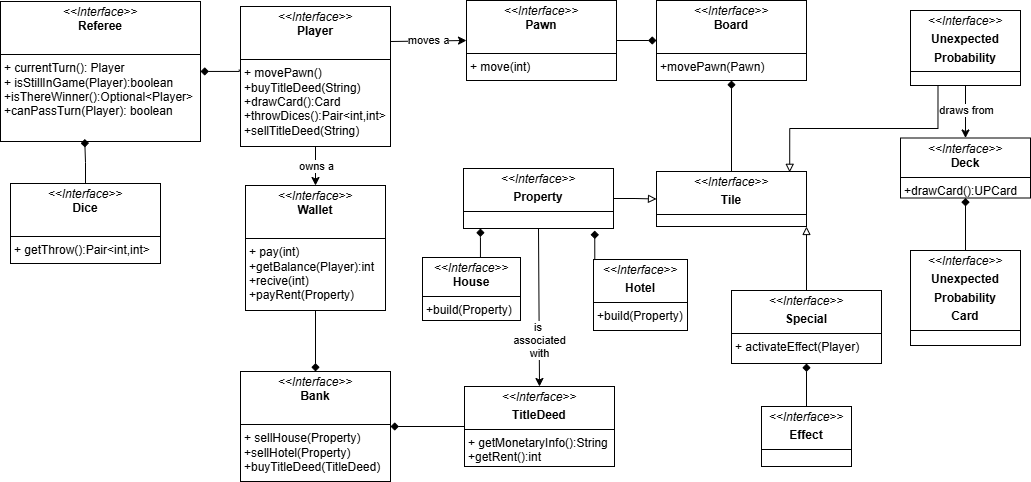
Above: report/img/entity_diagram.png in unibo-oop-projects/OOP24-AlessioMinnitiAlessioMinnitistudi-MartinaRavaioli-AlessioMinniti-DavideRossi-LucasPrati-mpoly (draw.io), before the change. Source tidied: cells renumbered, new cells last; positions are measured from the earlier drawing's top-left corner, leaving out a move shared by most shapes. Source of this version:
```xml
<mxGraphModel>
  <root>
    <mxCell id="0" />
    <mxCell id="1" parent="0" />
    <mxCell id="2" value="&lt;p style=&quot;margin:0px;margin-top:4px;text-align:center;&quot;&gt;&lt;i&gt;&amp;lt;&amp;lt;Interface&amp;gt;&amp;gt;&lt;/i&gt;&lt;br&gt;&lt;b&gt;Referee&lt;/b&gt;&lt;/p&gt;&lt;p style=&quot;margin:0px;margin-left:4px;&quot;&gt;&lt;br&gt;&lt;/p&gt;&lt;hr size=&quot;1&quot; style=&quot;border-style:solid;&quot;&gt;&lt;p style=&quot;margin:0px;margin-left:4px;&quot;&gt;+ currentTurn(): Player&lt;br&gt;+ isStillInGame(Player):boolean&lt;/p&gt;&lt;p style=&quot;margin:0px;margin-left:4px;&quot;&gt;+isThereWinner():Optional&amp;lt;Player&amp;gt;&lt;/p&gt;&lt;p style=&quot;margin:0px;margin-left:4px;&quot;&gt;+canPassTurn(Player): boolean&lt;/p&gt;" style="verticalAlign=top;align=left;overflow=fill;html=1;whiteSpace=wrap;" parent="1" vertex="1">
      <mxGeometry y="1" width="200" height="140" as="geometry" />
    </mxCell>
    <mxCell id="3" value="&lt;p style=&quot;margin:0px;margin-top:4px;text-align:center;&quot;&gt;&lt;i&gt;&amp;lt;&amp;lt;Interface&amp;gt;&amp;gt;&lt;/i&gt;&lt;br&gt;&lt;b&gt;Player&lt;/b&gt;&lt;/p&gt;&lt;p style=&quot;margin:0px;margin-left:4px;&quot;&gt;&lt;br&gt;&lt;/p&gt;&lt;hr size=&quot;1&quot; style=&quot;border-style:solid;&quot;&gt;&lt;p style=&quot;margin:0px;margin-left:4px;&quot;&gt;+ movePawn()&lt;/p&gt;&lt;p style=&quot;margin:0px;margin-left:4px;&quot;&gt;+buyTitleDeed(String)&lt;/p&gt;&lt;p style=&quot;margin:0px;margin-left:4px;&quot;&gt;+drawCard():Card&lt;/p&gt;&lt;p style=&quot;margin:0px;margin-left:4px;&quot;&gt;+throwDices():Pair&amp;lt;int,int&amp;gt;&lt;/p&gt;&lt;p style=&quot;margin:0px;margin-left:4px;&quot;&gt;+sellTitleDeed(String)&lt;/p&gt;" style="verticalAlign=top;align=left;overflow=fill;html=1;whiteSpace=wrap;" parent="1" vertex="1">
      <mxGeometry x="240" y="6" width="150" height="140" as="geometry" />
    </mxCell>
    <mxCell id="4" value="&lt;p style=&quot;margin:0px;margin-top:4px;text-align:center;&quot;&gt;&lt;i&gt;&amp;lt;&amp;lt;Interface&amp;gt;&amp;gt;&lt;/i&gt;&lt;br&gt;&lt;b&gt;Dice&lt;/b&gt;&lt;/p&gt;&lt;p style=&quot;margin:0px;margin-left:4px;&quot;&gt;&lt;br&gt;&lt;/p&gt;&lt;hr size=&quot;1&quot; style=&quot;border-style:solid;&quot;&gt;&lt;p style=&quot;margin:0px;margin-left:4px;&quot;&gt;+ getThrow():Pair&amp;lt;int,int&amp;gt;&lt;/p&gt;" style="verticalAlign=top;align=left;overflow=fill;html=1;whiteSpace=wrap;" parent="1" vertex="1">
      <mxGeometry x="10" y="183" width="150" height="80" as="geometry" />
    </mxCell>
    <mxCell id="5" style="edgeStyle=orthogonalEdgeStyle;rounded=0;jettySize=auto;html=1;exitX=0.5;exitY=0;exitDx=0;exitDy=0;entryX=0.421;entryY=0.982;entryDx=0;entryDy=0;entryPerimeter=0;endArrow=diamond;endFill=1;" parent="1" edge="1" source="4" target="2">
      <mxGeometry relative="1" as="geometry" />
    </mxCell>
    <mxCell id="6" style="edgeStyle=orthogonalEdgeStyle;rounded=0;jettySize=auto;html=1;exitX=-0.008;exitY=0.451;exitDx=0;exitDy=0;endArrow=diamond;endFill=1;exitPerimeter=0;" parent="1" edge="1" source="3" target="2">
      <mxGeometry relative="1" as="geometry">
        <Array as="points">
          <mxPoint x="239" y="71" />
        </Array>
      </mxGeometry>
    </mxCell>
    <mxCell id="7" style="edgeStyle=orthogonalEdgeStyle;rounded=0;jettySize=auto;html=1;endArrow=diamond;endFill=1;" parent="1" edge="1" source="8" target="9">
      <mxGeometry relative="1" as="geometry" />
    </mxCell>
    <mxCell id="8" value="&lt;p style=&quot;margin:0px;margin-top:4px;text-align:center;&quot;&gt;&lt;i&gt;&amp;lt;&amp;lt;Interface&amp;gt;&amp;gt;&lt;/i&gt;&lt;br&gt;&lt;b&gt;Pawn&lt;/b&gt;&lt;/p&gt;&lt;p style=&quot;margin:0px;margin-left:4px;&quot;&gt;&lt;br&gt;&lt;/p&gt;&lt;hr size=&quot;1&quot; style=&quot;border-style:solid;&quot;&gt;&lt;p style=&quot;margin:0px;margin-left:4px;&quot;&gt;+ move(int)&lt;/p&gt;" style="verticalAlign=top;align=left;overflow=fill;html=1;whiteSpace=wrap;" parent="1" vertex="1">
      <mxGeometry x="466" width="150" height="80" as="geometry" />
    </mxCell>
    <mxCell id="9" value="&lt;p style=&quot;margin:0px;margin-top:4px;text-align:center;&quot;&gt;&lt;i&gt;&amp;lt;&amp;lt;Interface&amp;gt;&amp;gt;&lt;/i&gt;&lt;br&gt;&lt;b&gt;Board&lt;/b&gt;&lt;/p&gt;&lt;p style=&quot;margin:0px;margin-left:4px;&quot;&gt;&lt;br&gt;&lt;/p&gt;&lt;hr size=&quot;1&quot; style=&quot;border-style:solid;&quot;&gt;&lt;p style=&quot;margin:0px;margin-left:4px;&quot;&gt;+movePawn(Pawn)&lt;/p&gt;" style="verticalAlign=top;align=left;overflow=fill;html=1;whiteSpace=wrap;" parent="1" vertex="1">
      <mxGeometry x="656" width="150" height="80" as="geometry" />
    </mxCell>
    <mxCell id="10" style="edgeStyle=orthogonalEdgeStyle;rounded=0;jettySize=auto;html=1;endArrow=diamond;endFill=1;" parent="1" edge="1" source="11" target="12">
      <mxGeometry relative="1" as="geometry" />
    </mxCell>
    <mxCell id="11" value="&lt;p style=&quot;margin:0px;margin-top:4px;text-align:center;&quot;&gt;&lt;i&gt;&amp;lt;&amp;lt;Interface&amp;gt;&amp;gt;&lt;/i&gt;&lt;br&gt;&lt;b&gt;Wallet&lt;/b&gt;&lt;/p&gt;&lt;p style=&quot;margin:0px;margin-left:4px;&quot;&gt;&lt;br&gt;&lt;/p&gt;&lt;hr size=&quot;1&quot; style=&quot;border-style:solid;&quot;&gt;&lt;p style=&quot;margin:0px;margin-left:4px;&quot;&gt;+ pay(int)&lt;/p&gt;&lt;p style=&quot;margin:0px;margin-left:4px;&quot;&gt;+getBalance(Player):int&lt;/p&gt;&lt;p style=&quot;margin:0px;margin-left:4px;&quot;&gt;+recive(int)&lt;/p&gt;&lt;p style=&quot;margin:0px;margin-left:4px;&quot;&gt;+payRent(Property)&lt;/p&gt;" style="verticalAlign=top;align=left;overflow=fill;html=1;whiteSpace=wrap;" parent="1" vertex="1">
      <mxGeometry x="245" y="185" width="140" height="125" as="geometry" />
    </mxCell>
    <mxCell id="12" value="&lt;p style=&quot;margin:0px;margin-top:4px;text-align:center;&quot;&gt;&lt;i&gt;&amp;lt;&amp;lt;Interface&amp;gt;&amp;gt;&lt;/i&gt;&lt;br&gt;&lt;b&gt;Bank&lt;/b&gt;&lt;/p&gt;&lt;p style=&quot;margin:0px;margin-left:4px;&quot;&gt;&lt;br&gt;&lt;/p&gt;&lt;hr size=&quot;1&quot; style=&quot;border-style:solid;&quot;&gt;&lt;p style=&quot;margin:0px;margin-left:4px;&quot;&gt;+ sellHouse(Property)&lt;/p&gt;&lt;p style=&quot;margin:0px;margin-left:4px;&quot;&gt;+sellHotel(Property)&lt;/p&gt;&lt;p style=&quot;margin:0px;margin-left:4px;&quot;&gt;+buyTitleDeed(TitleDeed)&lt;/p&gt;" style="verticalAlign=top;align=left;overflow=fill;html=1;whiteSpace=wrap;" parent="1" vertex="1">
      <mxGeometry x="240" y="371" width="150" height="110" as="geometry" />
    </mxCell>
    <mxCell id="13" style="edgeStyle=orthogonalEdgeStyle;rounded=0;jettySize=auto;html=1;endArrow=diamond;endFill=1;" parent="1" edge="1" source="14" target="12">
      <mxGeometry relative="1" as="geometry" />
    </mxCell>
    <mxCell id="14" value="&lt;p style=&quot;margin:0px;margin-top:4px;text-align:center;&quot;&gt;&lt;i&gt;&amp;lt;&amp;lt;Interface&amp;gt;&amp;gt;&lt;/i&gt;&lt;br&gt;&lt;/p&gt;&lt;p style=&quot;margin:0px;margin-top:4px;text-align:center;&quot;&gt;&lt;b&gt;TitleDeed&lt;/b&gt;&lt;/p&gt;&lt;hr size=&quot;1&quot; style=&quot;border-style:solid;&quot;&gt;&lt;p style=&quot;margin:0px;margin-left:4px;&quot;&gt;+ getMonetaryInfo():String&lt;/p&gt;&lt;p style=&quot;margin:0px;margin-left:4px;&quot;&gt;+getRent():int&lt;/p&gt;" style="verticalAlign=top;align=left;overflow=fill;html=1;whiteSpace=wrap;" parent="1" vertex="1">
      <mxGeometry x="464" y="386" width="150" height="80" as="geometry" />
    </mxCell>
    <mxCell id="15" style="edgeStyle=orthogonalEdgeStyle;rounded=0;jettySize=auto;html=1;endArrow=diamond;endFill=1;" parent="1" edge="1" source="16" target="9">
      <mxGeometry relative="1" as="geometry" />
    </mxCell>
    <mxCell id="16" value="&lt;p style=&quot;margin:0px;margin-top:4px;text-align:center;&quot;&gt;&lt;i&gt;&amp;lt;&amp;lt;Interface&amp;gt;&amp;gt;&lt;/i&gt;&lt;/p&gt;&lt;p style=&quot;margin:0px;margin-top:4px;text-align:center;&quot;&gt;&lt;b&gt;Tile&lt;/b&gt;&lt;br&gt;&lt;/p&gt;&lt;hr size=&quot;1&quot; style=&quot;border-style:solid;&quot;&gt;&lt;p style=&quot;margin:0px;margin-left:4px;&quot;&gt;&lt;br&gt;&lt;/p&gt;" style="verticalAlign=top;align=left;overflow=fill;html=1;whiteSpace=wrap;" parent="1" vertex="1">
      <mxGeometry x="656" y="171" width="150" height="55" as="geometry" />
    </mxCell>
    <mxCell id="17" style="edgeStyle=orthogonalEdgeStyle;rounded=0;jettySize=auto;html=1;endArrow=block;endFill=0;entryX=1;entryY=1;entryDx=0;entryDy=0;" parent="1" edge="1" source="30" target="16">
      <mxGeometry relative="1" as="geometry" />
    </mxCell>
    <mxCell id="18" value="&lt;p style=&quot;margin:0px;margin-top:4px;text-align:center;&quot;&gt;&lt;i&gt;&amp;lt;&amp;lt;Interface&amp;gt;&amp;gt;&lt;/i&gt;&lt;/p&gt;&lt;p style=&quot;margin:0px;margin-top:4px;text-align:center;&quot;&gt;&lt;b&gt;Unexpected&lt;/b&gt;&lt;/p&gt;&lt;p style=&quot;margin:0px;margin-top:4px;text-align:center;&quot;&gt;&lt;b&gt;Probability&lt;/b&gt;&lt;br&gt;&lt;/p&gt;&lt;hr size=&quot;1&quot; style=&quot;border-style:solid;&quot;&gt;&lt;p style=&quot;margin:0px;margin-left:4px;&quot;&gt;&lt;br&gt;&lt;/p&gt;" style="verticalAlign=top;align=left;overflow=fill;html=1;whiteSpace=wrap;" parent="1" vertex="1">
      <mxGeometry x="910" y="10" width="110" height="75" as="geometry" />
    </mxCell>
    <mxCell id="19" style="edgeStyle=orthogonalEdgeStyle;rounded=0;jettySize=auto;html=1;exitX=1;exitY=0.5;exitDx=0;exitDy=0;entryX=0;entryY=0.5;entryDx=0;entryDy=0;endArrow=block;endFill=0;" parent="1" edge="1" source="20" target="16">
      <mxGeometry relative="1" as="geometry" />
    </mxCell>
    <mxCell id="20" value="&lt;p style=&quot;margin:0px;margin-top:4px;text-align:center;&quot;&gt;&lt;i&gt;&amp;lt;&amp;lt;Interface&amp;gt;&amp;gt;&lt;/i&gt;&lt;/p&gt;&lt;p style=&quot;margin:0px;margin-top:4px;text-align:center;&quot;&gt;&lt;b&gt;Property&lt;/b&gt;&lt;br&gt;&lt;/p&gt;&lt;hr size=&quot;1&quot; style=&quot;border-style:solid;&quot;&gt;&lt;p style=&quot;margin:0px;margin-left:4px;&quot;&gt;&lt;br&gt;&lt;/p&gt;" style="verticalAlign=top;align=left;overflow=fill;html=1;whiteSpace=wrap;" parent="1" vertex="1">
      <mxGeometry x="463" y="168" width="150" height="60" as="geometry" />
    </mxCell>
    <mxCell id="21" style="edgeStyle=orthogonalEdgeStyle;rounded=0;jettySize=auto;html=1;exitX=1;exitY=0;exitDx=0;exitDy=0;endArrow=diamond;endFill=1;" parent="1" edge="1" source="22" target="20">
      <mxGeometry relative="1" as="geometry">
        <Array as="points">
          <mxPoint x="480" y="237" />
          <mxPoint x="480" y="237" />
        </Array>
      </mxGeometry>
    </mxCell>
    <mxCell id="22" value="&lt;p style=&quot;margin:0px;margin-top:4px;text-align:center;&quot;&gt;&lt;i&gt;&amp;lt;&amp;lt;Interface&amp;gt;&amp;gt;&lt;/i&gt;&lt;br&gt;&lt;b&gt;House&lt;/b&gt;&lt;/p&gt;&lt;hr size=&quot;1&quot; style=&quot;border-style:solid;&quot;&gt;&lt;p style=&quot;margin:0px;margin-left:4px;&quot;&gt;+build(Property)&lt;/p&gt;" style="verticalAlign=top;align=left;overflow=fill;html=1;whiteSpace=wrap;" parent="1" vertex="1">
      <mxGeometry x="422" y="257" width="98" height="63" as="geometry" />
    </mxCell>
    <mxCell id="23" value="&lt;p style=&quot;margin:0px;margin-top:4px;text-align:center;&quot;&gt;&lt;i&gt;&amp;lt;&amp;lt;Interface&amp;gt;&amp;gt;&lt;/i&gt;&lt;/p&gt;&lt;p style=&quot;margin:0px;margin-top:4px;text-align:center;&quot;&gt;&lt;b&gt;Hotel&lt;/b&gt;&lt;br&gt;&lt;/p&gt;&lt;hr size=&quot;1&quot; style=&quot;border-style:solid;&quot;&gt;&lt;p style=&quot;margin:0px;margin-left:4px;&quot;&gt;+build(Property)&lt;/p&gt;" style="verticalAlign=top;align=left;overflow=fill;html=1;whiteSpace=wrap;" parent="1" vertex="1">
      <mxGeometry x="593" y="259" width="94" height="71" as="geometry" />
    </mxCell>
    <mxCell id="24" style="edgeStyle=orthogonalEdgeStyle;rounded=0;jettySize=auto;html=1;endArrow=diamond;endFill=1;" parent="1" edge="1" source="25" target="30">
      <mxGeometry relative="1" as="geometry" />
    </mxCell>
    <mxCell id="25" value="&lt;p style=&quot;margin:0px;margin-top:4px;text-align:center;&quot;&gt;&lt;i&gt;&amp;lt;&amp;lt;Interface&amp;gt;&amp;gt;&lt;/i&gt;&lt;/p&gt;&lt;p style=&quot;margin:0px;margin-top:4px;text-align:center;&quot;&gt;&lt;b&gt;Effect&lt;/b&gt;&lt;br&gt;&lt;/p&gt;&lt;hr size=&quot;1&quot; style=&quot;border-style:solid;&quot;&gt;&lt;p style=&quot;margin:0px;margin-left:4px;&quot;&gt;&lt;br&gt;&lt;/p&gt;" style="verticalAlign=top;align=left;overflow=fill;html=1;whiteSpace=wrap;" parent="1" vertex="1">
      <mxGeometry x="761" y="406" width="90" height="60" as="geometry" />
    </mxCell>
    <mxCell id="26" value="&lt;p style=&quot;margin:0px;margin-top:4px;text-align:center;&quot;&gt;&lt;i&gt;&amp;lt;&amp;lt;Interface&amp;gt;&amp;gt;&lt;/i&gt;&lt;br&gt;&lt;b&gt;Deck&lt;/b&gt;&lt;/p&gt;&lt;hr size=&quot;1&quot; style=&quot;border-style:solid;&quot;&gt;&lt;p style=&quot;margin:0px;margin-left:4px;&quot;&gt;+drawCard():UPCard&lt;/p&gt;" style="verticalAlign=top;align=left;overflow=fill;html=1;whiteSpace=wrap;" parent="1" vertex="1">
      <mxGeometry x="900" y="137.5" width="130" height="60" as="geometry" />
    </mxCell>
    <mxCell id="27" style="edgeStyle=orthogonalEdgeStyle;rounded=0;jettySize=auto;html=1;endArrow=diamond;endFill=1;" parent="1" edge="1" source="28" target="26">
      <mxGeometry relative="1" as="geometry" />
    </mxCell>
    <mxCell id="28" value="&lt;p style=&quot;margin:0px;margin-top:4px;text-align:center;&quot;&gt;&lt;i&gt;&amp;lt;&amp;lt;Interface&amp;gt;&amp;gt;&lt;/i&gt;&lt;/p&gt;&lt;p style=&quot;margin:0px;margin-top:4px;text-align:center;&quot;&gt;&lt;b&gt;Unexpected&lt;/b&gt;&lt;/p&gt;&lt;p style=&quot;margin:0px;margin-top:4px;text-align:center;&quot;&gt;&lt;b&gt;Probability&lt;/b&gt;&lt;br&gt;&lt;/p&gt;&lt;p style=&quot;margin:0px;margin-top:4px;text-align:center;&quot;&gt;&lt;b&gt;Card&lt;/b&gt;&lt;/p&gt;&lt;hr size=&quot;1&quot; style=&quot;border-style:solid;&quot;&gt;&lt;p style=&quot;margin:0px;margin-left:4px;&quot;&gt;&lt;br&gt;&lt;/p&gt;" style="verticalAlign=top;align=left;overflow=fill;html=1;whiteSpace=wrap;" parent="1" vertex="1">
      <mxGeometry x="910" y="250" width="110" height="95" as="geometry" />
    </mxCell>
    <mxCell id="29" style="edgeStyle=orthogonalEdgeStyle;rounded=0;jettySize=auto;html=1;exitX=0;exitY=0;exitDx=0;exitDy=0;entryX=0.875;entryY=1.035;entryDx=0;entryDy=0;entryPerimeter=0;endArrow=diamond;endFill=1;" parent="1" edge="1" source="23" target="20">
      <mxGeometry relative="1" as="geometry" />
    </mxCell>
    <mxCell id="30" value="&lt;p style=&quot;margin:0px;margin-top:4px;text-align:center;&quot;&gt;&lt;i&gt;&amp;lt;&amp;lt;Interface&amp;gt;&amp;gt;&lt;/i&gt;&lt;/p&gt;&lt;p style=&quot;margin:0px;margin-top:4px;text-align:center;&quot;&gt;&lt;span style=&quot;color: rgba(0, 0, 0, 0); font-family: monospace; font-size: 0px; text-wrap-mode: nowrap; background-color: transparent; text-align: left;&quot;&gt;%3CmxGraphModel%3E%3Croot%3E%3CmxCell%20id%3D%220%22%2F%3E%3CmxCell%20id%3D%221%22%20parent%3D%220%22%2F%3E%3CmxCell%20id%3D%222%22%20value%3D%22%26lt%3Bp%20style%3D%26quot%3Bmargin%3A0px%3Bmargin-top%3A4px%3Btext-align%3Acenter%3B%26quot%3B%26gt%3B%26lt%3Bi%26gt%3B%26amp%3Blt%3B%26amp%3Blt%3BInterface%26amp%3Bgt%3B%26amp%3Bgt%3B%26lt%3B%2Fi%26gt%3B%26lt%3Bbr%26gt%3B%26lt%3Bb%26gt%3BDice%26lt%3B%2Fb%26gt%3B%26lt%3B%2Fp%26gt%3B%26lt%3Bp%20style%3D%26quot%3Bmargin%3A0px%3Bmargin-left%3A4px%3B%26quot%3B%26gt%3B%26lt%3Bbr%26gt%3B%26lt%3B%2Fp%26gt%3B%26lt%3Bhr%20size%3D%26quot%3B1%26quot%3B%20style%3D%26quot%3Bborder-style%3Asolid%3B%26quot%3B%26gt%3B%26lt%3Bp%20style%3D%26quot%3Bmargin%3A0px%3Bmargin-left%3A4px%3B%26quot%3B%26gt%3B%2B%20getThrow()%3APair%26amp%3Blt%3Bint%2Cint%26amp%3Bgt%3B%26lt%3B%2Fp%26gt%3B%22%20style%3D%22verticalAlign%3Dtop%3Balign%3Dleft%3Boverflow%3Dfill%3Bhtml%3D1%3BwhiteSpace%3Dwrap%3B%22%20vertex%3D%221%22%20parent%3D%221%22%3E%3CmxGeometry%20x%3D%22-300%22%20y%3D%22207%22%20width%3D%22150%22%20height%3D%2280%22%20as%3D%22geometry%22%2F%3E%3C%2FmxCell%3E%3C%2Froot%3E%3C%2FmxGraphModel%3E&lt;/span&gt;&lt;span style=&quot;color: rgba(0, 0, 0, 0); font-family: monospace; font-size: 0px; text-wrap-mode: nowrap; background-color: transparent; text-align: left;&quot;&gt;%3CmxGraphModel%3E%3Croot%3E%3CmxCell%20id%3D%220%22%2F%3E%3CmxCell%20id%3D%221%22%20parent%3D%220%22%2F%3E%3CmxCell%20id%3D%222%22%20value%3D%22%26lt%3Bp%20style%3D%26quot%3Bmargin%3A0px%3Bmargin-top%3A4px%3Btext-align%3Acenter%3B%26quot%3B%26gt%3B%26lt%3Bi%26gt%3B%26amp%3Blt%3B%26amp%3Blt%3BInterface%26amp%3Bgt%3B%26amp%3Bgt%3B%26lt%3B%2Fi%26gt%3B%26lt%3Bbr%26gt%3B%26lt%3Bb%26gt%3BDice%26lt%3B%2Fb%26gt%3B%26lt%3B%2Fp%26gt%3B%26lt%3Bp%20style%3D%26quot%3Bmargin%3A0px%3Bmargin-left%3A4px%3B%26quot%3B%26gt%3B%26lt%3Bbr%26gt%3B%26lt%3B%2Fp%26gt%3B%26lt%3Bhr%20size%3D%26quot%3B1%26quot%3B%20style%3D%26quot%3Bborder-style%3Asolid%3B%26quot%3B%26gt%3B%26lt%3Bp%20style%3D%26quot%3Bmargin%3A0px%3Bmargin-left%3A4px%3B%26quot%3B%26gt%3B%2B%20getThrow()%3APair%26amp%3Blt%3Bint%2Cint%26amp%3Bgt%3B%26lt%3B%2Fp%26gt%3B%22%20style%3D%22verticalAlign%3Dtop%3Balign%3Dleft%3Boverflow%3Dfill%3Bhtml%3D1%3BwhiteSpace%3Dwrap%3B%22%20vertex%3D%221%22%20parent%3D%221%22%3E%3CmxGeometry%20x%3D%22-300%22%20y%3D%22207%22%20width%3D%22150%22%20height%3D%2280%22%20as%3D%22geometry%22%2F%3E%3C%2FmxCell%3E%3C%2Froot%3E%3C%2FmxGraphModel%3E&lt;/span&gt;&lt;b style=&quot;background-color: transparent; color: light-dark(rgb(0, 0, 0), rgb(255, 255, 255));&quot;&gt;Special&lt;/b&gt;&lt;/p&gt;&lt;hr size=&quot;1&quot; style=&quot;border-style:solid;&quot;&gt;&lt;p style=&quot;margin:0px;margin-left:4px;&quot;&gt;+ activateEffect(Player)&lt;/p&gt;" style="verticalAlign=top;align=left;overflow=fill;html=1;whiteSpace=wrap;" parent="1" vertex="1">
      <mxGeometry x="731" y="290" width="150" height="73" as="geometry" />
    </mxCell>
    <mxCell id="31" style="edgeStyle=orthogonalEdgeStyle;rounded=0;jettySize=auto;html=1;endArrow=block;endFill=0;entryX=0.888;entryY=0.015;entryDx=0;entryDy=0;entryPerimeter=0;exitX=0.25;exitY=1;exitDx=0;exitDy=0;" parent="1" edge="1" source="18" target="16">
      <mxGeometry relative="1" as="geometry" />
    </mxCell>
    <mxCell id="32" style="endArrow=classic;html=1;rounded=0;exitX=0.5;exitY=1;exitDx=0;exitDy=0;entryX=0.5;entryY=0;entryDx=0;entryDy=0;" parent="1" edge="1" source="20" target="14">
      <mxGeometry relative="1" as="geometry" />
    </mxCell>
    <mxCell id="33" value="is&amp;nbsp;&lt;div&gt;associated&lt;div&gt;with&lt;/div&gt;&lt;/div&gt;" style="edgeLabel;html=1;align=center;verticalAlign=middle;" parent="32" vertex="1">
      <mxGeometry relative="1" as="geometry">
        <mxPoint y="33" as="offset" />
      </mxGeometry>
    </mxCell>
    <mxCell id="34" style="endArrow=classic;html=1;rounded=0;exitX=1;exitY=0.25;exitDx=0;exitDy=0;entryX=0;entryY=0.5;entryDx=0;entryDy=0;" parent="1" edge="1" source="3" target="8">
      <mxGeometry relative="1" as="geometry" />
    </mxCell>
    <mxCell id="35" value="moves a" style="edgeLabel;html=1;align=center;verticalAlign=middle;" parent="34" vertex="1">
      <mxGeometry relative="1" as="geometry">
        <mxPoint y="-1" as="offset" />
      </mxGeometry>
    </mxCell>
    <mxCell id="36" style="endArrow=classic;html=1;rounded=0;exitX=0.5;exitY=1;exitDx=0;exitDy=0;entryX=0.5;entryY=0;entryDx=0;entryDy=0;" parent="1" edge="1" source="3" target="11">
      <mxGeometry relative="1" as="geometry" />
    </mxCell>
    <mxCell id="37" value="owns a" style="edgeLabel;html=1;align=center;verticalAlign=middle;" parent="36" vertex="1">
      <mxGeometry relative="1" as="geometry">
        <mxPoint y="-1" as="offset" />
      </mxGeometry>
    </mxCell>
    <mxCell id="38" style="endArrow=classic;html=1;rounded=0;exitX=0.5;exitY=1;exitDx=0;exitDy=0;entryX=0.5;entryY=0;entryDx=0;entryDy=0;" parent="1" edge="1" source="18" target="26">
      <mxGeometry relative="1" as="geometry" />
    </mxCell>
    <mxCell id="39" value="draws from" style="edgeLabel;html=1;align=center;verticalAlign=middle;" parent="38" vertex="1">
      <mxGeometry relative="1" as="geometry">
        <mxPoint y="-1" as="offset" />
      </mxGeometry>
    </mxCell>
  </root>
</mxGraphModel>
```
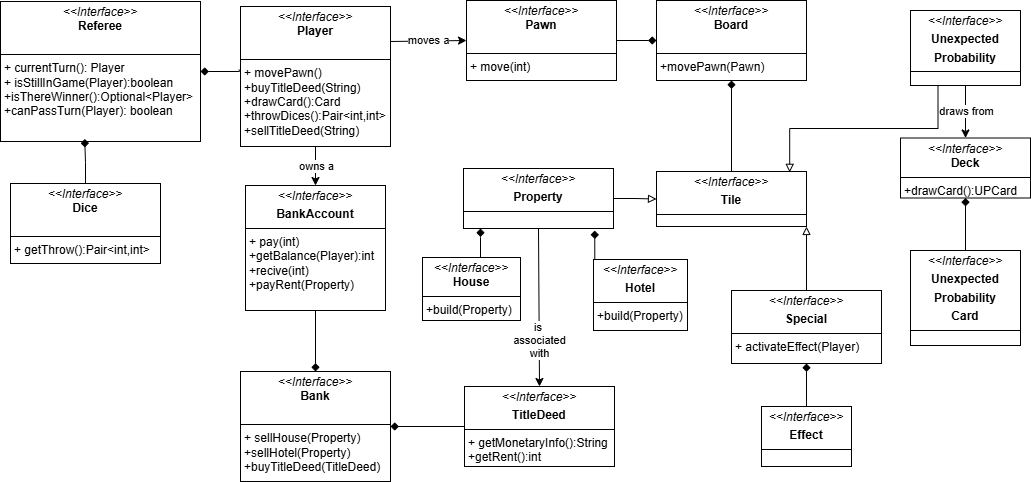
The same diagram one commit later.

Commit message:
fixing gui vendita

Diff of the diagram source:
```diff
@@ -33,7 +33,7 @@
     <mxCell id="10" style="edgeStyle=orthogonalEdgeStyle;rounded=0;jettySize=auto;html=1;endArrow=diamond;endFill=1;" parent="1" edge="1" source="11" target="12">
       <mxGeometry relative="1" as="geometry" />
     </mxCell>
-    <mxCell id="11" value="&lt;p style=&quot;margin:0px;margin-top:4px;text-align:center;&quot;&gt;&lt;i&gt;&amp;lt;&amp;lt;Interface&amp;gt;&amp;gt;&lt;/i&gt;&lt;br&gt;&lt;b&gt;Wallet&lt;/b&gt;&lt;/p&gt;&lt;p style=&quot;margin:0px;margin-left:4px;&quot;&gt;&lt;br&gt;&lt;/p&gt;&lt;hr size=&quot;1&quot; style=&quot;border-style:solid;&quot;&gt;&lt;p style=&quot;margin:0px;margin-left:4px;&quot;&gt;+ pay(int)&lt;/p&gt;&lt;p style=&quot;margin:0px;margin-left:4px;&quot;&gt;+getBalance(Player):int&lt;/p&gt;&lt;p style=&quot;margin:0px;margin-left:4px;&quot;&gt;+recive(int)&lt;/p&gt;&lt;p style=&quot;margin:0px;margin-left:4px;&quot;&gt;+payRent(Property)&lt;/p&gt;" style="verticalAlign=top;align=left;overflow=fill;html=1;whiteSpace=wrap;" parent="1" vertex="1">
+    <mxCell id="11" value="&lt;p style=&quot;margin:0px;margin-top:4px;text-align:center;&quot;&gt;&lt;i&gt;&amp;lt;&amp;lt;Interface&amp;gt;&amp;gt;&lt;/i&gt;&lt;/p&gt;&lt;p style=&quot;margin:0px;margin-top:4px;text-align:center;&quot;&gt;&lt;b&gt;BankAccount&lt;/b&gt;&lt;br&gt;&lt;/p&gt;&lt;hr size=&quot;1&quot; style=&quot;border-style:solid;&quot;&gt;&lt;p style=&quot;margin:0px;margin-left:4px;&quot;&gt;+ pay(int)&lt;/p&gt;&lt;p style=&quot;margin:0px;margin-left:4px;&quot;&gt;+getBalance(Player):int&lt;/p&gt;&lt;p style=&quot;margin:0px;margin-left:4px;&quot;&gt;+recive(int)&lt;/p&gt;&lt;p style=&quot;margin:0px;margin-left:4px;&quot;&gt;+payRent(Property)&lt;/p&gt;" style="verticalAlign=top;align=left;overflow=fill;html=1;whiteSpace=wrap;" parent="1" vertex="1">
       <mxGeometry x="245" y="185" width="140" height="125" as="geometry" />
     </mxCell>
     <mxCell id="12" value="&lt;p style=&quot;margin:0px;margin-top:4px;text-align:center;&quot;&gt;&lt;i&gt;&amp;lt;&amp;lt;Interface&amp;gt;&amp;gt;&lt;/i&gt;&lt;br&gt;&lt;b&gt;Bank&lt;/b&gt;&lt;/p&gt;&lt;p style=&quot;margin:0px;margin-left:4px;&quot;&gt;&lt;br&gt;&lt;/p&gt;&lt;hr size=&quot;1&quot; style=&quot;border-style:solid;&quot;&gt;&lt;p style=&quot;margin:0px;margin-left:4px;&quot;&gt;+ sellHouse(Property)&lt;/p&gt;&lt;p style=&quot;margin:0px;margin-left:4px;&quot;&gt;+sellHotel(Property)&lt;/p&gt;&lt;p style=&quot;margin:0px;margin-left:4px;&quot;&gt;+buyTitleDeed(TitleDeed)&lt;/p&gt;" style="verticalAlign=top;align=left;overflow=fill;html=1;whiteSpace=wrap;" parent="1" vertex="1">
```
